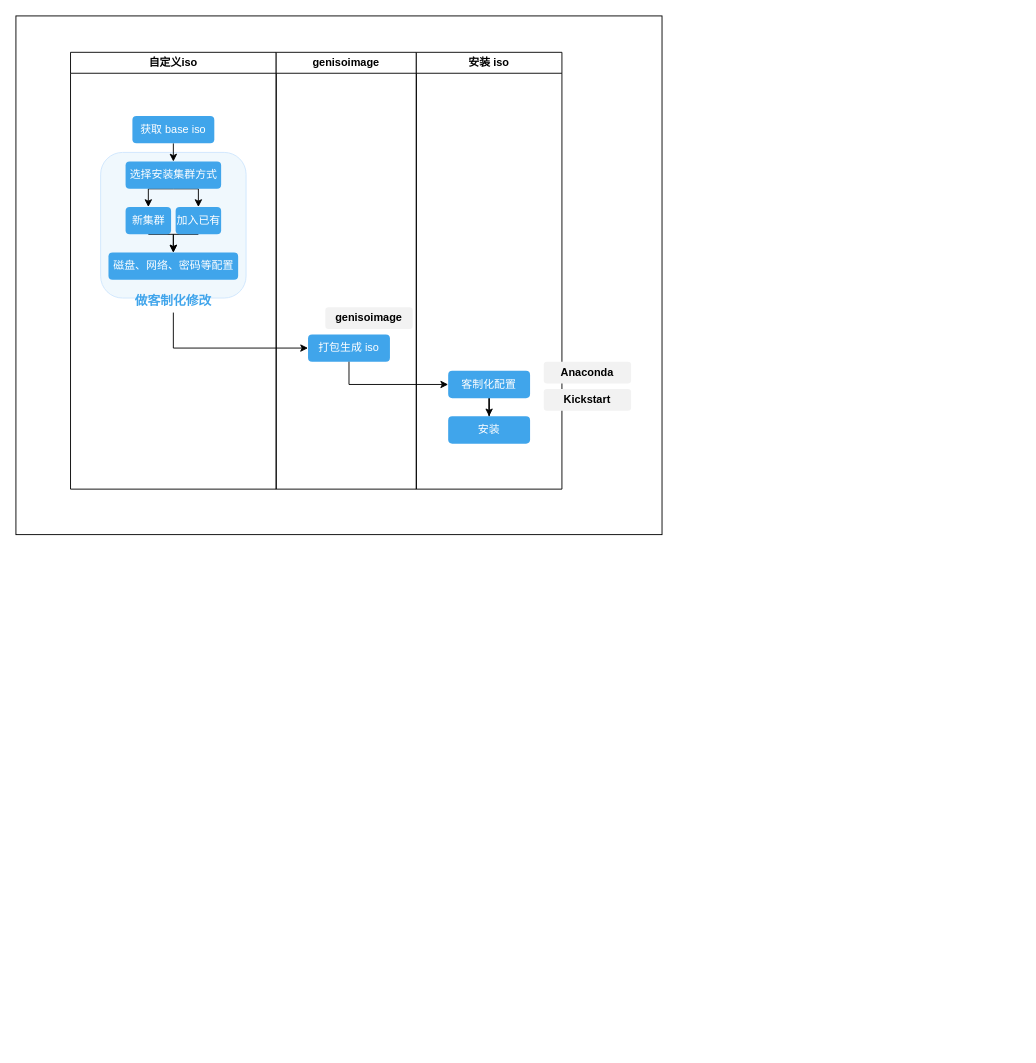
This is gen-bhci-iso.drawio from 904566722/904566722.github.io, a draw.io file, before an edit. Source tidied: cells renumbered, new cells numbered last; positions are measured from the earlier drawing's top-left corner, leaving out a move shared by most shapes. Both pictures are drawn from the tidied source at 91%, with x=0, y=0 at pixel (15, 15).
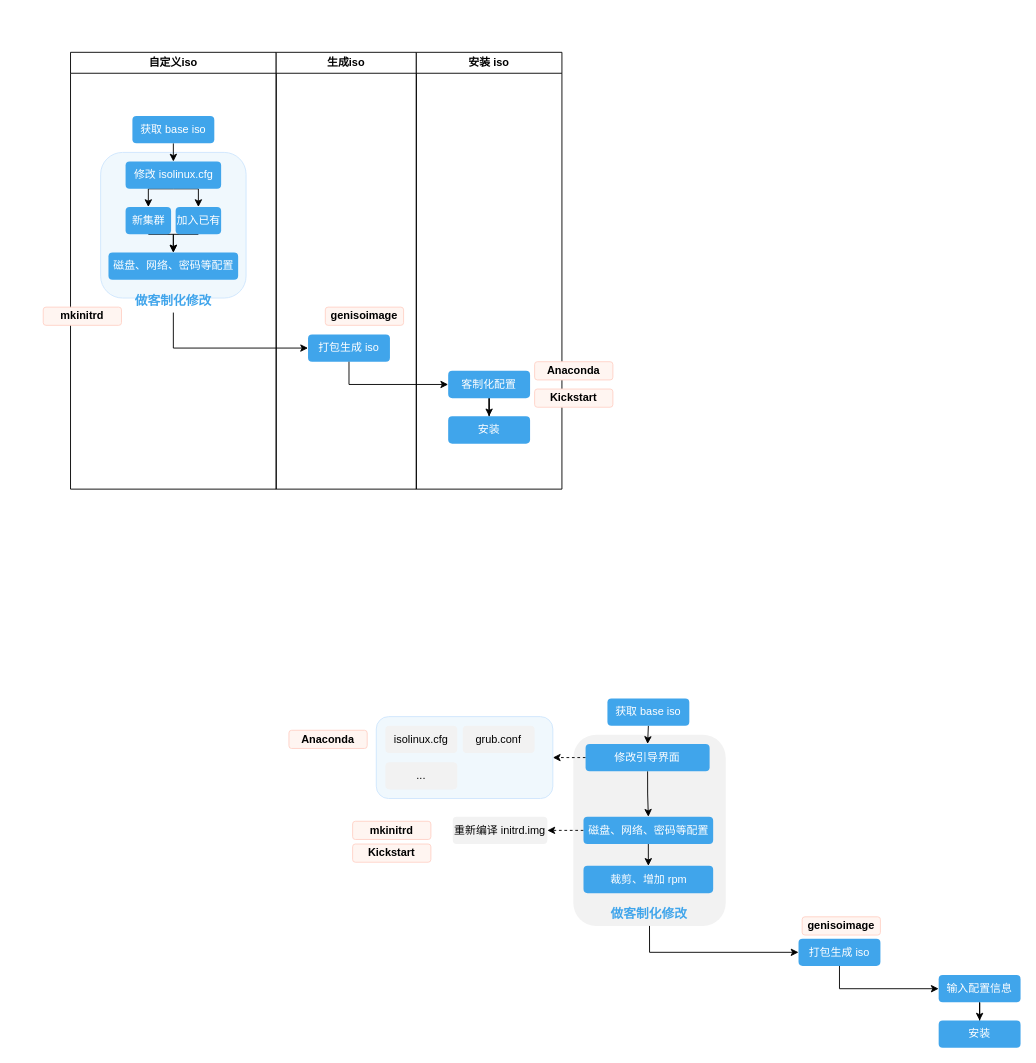
After the change.

The change refers to these unchanged cells:
```xml
<mxCell id="3" value="自定义iso" style="swimlane;whiteSpace=wrap;html=1;" parent="1" vertex="1">
  <mxGeometry x="60" y="40" width="226" height="480" as="geometry" />
</mxCell>
```

What changed in the source:
```diff
@@
+    <mxCell id="27" style="rounded=1;whiteSpace=wrap;html=1;fillColor=#F2F2F2;strokeColor=none;" parent="1" vertex="1">
+      <mxGeometry x="612.5" y="790" width="167.5" height="210" as="geometry" />
+    </mxCell>
-    <mxCell id="2" style="rounded=0;whiteSpace=wrap;html=1;" parent="1" vertex="1">
+    <mxCell id="2" style="rounded=0;whiteSpace=wrap;html=1;strokeColor=none;" parent="1" vertex="1">
       <mxGeometry width="710" height="570" as="geometry" />
     </mxCell>
@@
-    <mxCell id="9" value="选择安装集群方式" style="rounded=1;whiteSpace=wrap;html=1;gradientColor=none;fillColor=#40A5EB;strokeColor=none;fontColor=#FFFFFF;" parent="3" vertex="1">
+    <mxCell id="9" value="修改 isolinux.cfg" style="rounded=1;whiteSpace=wrap;html=1;gradientColor=none;fillColor=#40A5EB;strokeColor=none;fontColor=#FFFFFF;" parent="3" vertex="1">
       <mxGeometry x="60.5" y="120" width="105" height="30" as="geometry" />
     </mxCell>
@@
-    <mxCell id="16" value="genisoimage" style="swimlane;whiteSpace=wrap;html=1;" parent="1" vertex="1">
+    <mxCell id="16" value="生成iso" style="swimlane;whiteSpace=wrap;html=1;startSize=23;" parent="1" vertex="1">
       <mxGeometry x="286" y="40" width="154" height="480" as="geometry" />
     </mxCell>
@@
-    <mxCell id="18" value="genisoimage" style="rounded=1;whiteSpace=wrap;html=1;fillColor=#F2F2F2;strokeColor=none;fontStyle=1;" parent="16" vertex="1">
-      <mxGeometry x="54" y="280" width="96" height="24" as="geometry" />
-    </mxCell>
+    <mxCell id="28" value="&lt;b&gt;genisoimage&lt;/b&gt;" style="rounded=1;whiteSpace=wrap;html=1;fillColor=#FFF5F1;strokeColor=#FFD2C7;" parent="16" vertex="1">
+      <mxGeometry x="54" y="280" width="86" height="20" as="geometry" />
+    </mxCell>
@@
-    <mxCell id="25" value="Anaconda" style="rounded=1;whiteSpace=wrap;html=1;fillColor=#F2F2F2;strokeColor=none;fontStyle=1;" parent="1" vertex="1">
-      <mxGeometry x="580" y="380" width="96" height="24" as="geometry" />
-    </mxCell>
-    <mxCell id="26" value="Kickstart" style="rounded=1;whiteSpace=wrap;html=1;fillColor=#F2F2F2;strokeColor=none;fontStyle=1;" parent="1" vertex="1">
-      <mxGeometry x="580" y="410" width="96" height="24" as="geometry" />
-    </mxCell>
+    <mxCell id="29" value="&lt;b&gt;Anaconda&lt;/b&gt;" style="rounded=1;whiteSpace=wrap;html=1;fillColor=#FFF5F1;strokeColor=#FFD2C7;" parent="1" vertex="1">
+      <mxGeometry x="570" y="380" width="86" height="20" as="geometry" />
+    </mxCell>
+    <mxCell id="30" value="&lt;b&gt;Kickstart&lt;/b&gt;" style="rounded=1;whiteSpace=wrap;html=1;fillColor=#FFF5F1;strokeColor=#FFD2C7;" parent="1" vertex="1">
+      <mxGeometry x="570" y="410" width="86" height="20" as="geometry" />
+    </mxCell>
+    <mxCell id="31" value="&lt;b&gt;mkinitrd&lt;/b&gt;" style="rounded=1;whiteSpace=wrap;html=1;fillColor=#FFF5F1;strokeColor=#FFD2C7;" parent="1" vertex="1">
+      <mxGeometry x="30" y="320" width="86" height="20" as="geometry" />
+    </mxCell>
+    <mxCell id="32" style="edgeStyle=orthogonalEdgeStyle;rounded=0;jettySize=auto;html=1;exitX=0.5;exitY=1;exitDx=0;exitDy=0;entryX=0.5;entryY=0;entryDx=0;entryDy=0;" parent="1" edge="1" source="33" target="36">
+      <mxGeometry relative="1" as="geometry" />
+    </mxCell>
+    <mxCell id="33" value="获取 base iso" style="rounded=1;whiteSpace=wrap;html=1;gradientColor=none;fillColor=#40A5EB;strokeColor=none;fontColor=#FFFFFF;" parent="1" vertex="1">
+      <mxGeometry x="650" y="750" width="90" height="30" as="geometry" />
+    </mxCell>
+    <mxCell id="34" style="edgeStyle=orthogonalEdgeStyle;rounded=0;jettySize=auto;html=1;exitX=0;exitY=0.5;exitDx=0;exitDy=0;entryX=1;entryY=0.5;entryDx=0;entryDy=0;dashed=1;" parent="1" edge="1" source="36" target="51">
+      <mxGeometry relative="1" as="geometry" />
+    </mxCell>
+    <mxCell id="35" style="edgeStyle=orthogonalEdgeStyle;rounded=0;jettySize=auto;html=1;exitX=0.5;exitY=1;exitDx=0;exitDy=0;entryX=0.5;entryY=0;entryDx=0;entryDy=0;" parent="1" edge="1" source="36" target="39">
+      <mxGeometry relative="1" as="geometry" />
+    </mxCell>
+    <mxCell id="36" value="修改引导界面" style="rounded=1;whiteSpace=wrap;html=1;gradientColor=none;fillColor=#40A5EB;strokeColor=none;fontColor=#FFFFFF;" parent="1" vertex="1">
+      <mxGeometry x="626" y="800" width="136.3" height="30" as="geometry" />
+    </mxCell>
+    <mxCell id="37" style="edgeStyle=orthogonalEdgeStyle;rounded=0;jettySize=auto;html=1;exitX=0;exitY=0.5;exitDx=0;exitDy=0;entryX=1;entryY=0.5;entryDx=0;entryDy=0;dashed=1;" parent="1" edge="1" source="39" target="55">
+      <mxGeometry relative="1" as="geometry" />
+    </mxCell>
+    <mxCell id="38" style="edgeStyle=orthogonalEdgeStyle;rounded=0;jettySize=auto;html=1;exitX=0.5;exitY=1;exitDx=0;exitDy=0;entryX=0.5;entryY=0;entryDx=0;entryDy=0;" parent="1" edge="1" source="39" target="56">
+      <mxGeometry relative="1" as="geometry" />
+    </mxCell>
+    <mxCell id="39" value="磁盘、网络、密码等配置" style="rounded=1;whiteSpace=wrap;html=1;gradientColor=none;fillColor=#40A5EB;strokeColor=none;fontColor=#FFFFFF;" parent="1" vertex="1">
+      <mxGeometry x="623.7" y="880" width="142.5" height="30" as="geometry" />
+    </mxCell>
+    <mxCell id="40" value="&lt;span style=&quot;font-size: 14px;&quot;&gt;&lt;b&gt;&lt;font color=&quot;#40a5eb&quot;&gt;做客制化修改&lt;/font&gt;&lt;/b&gt;&lt;/span&gt;" style="text;html=1;strokeColor=none;fillColor=none;align=center;verticalAlign=middle;whiteSpace=wrap;rounded=0;" parent="1" vertex="1">
+      <mxGeometry x="646.2" y="974" width="100" height="26" as="geometry" />
+    </mxCell>
+    <mxCell id="41" value="打包生成 iso" style="rounded=1;whiteSpace=wrap;html=1;gradientColor=none;fillColor=#40A5EB;strokeColor=none;fontColor=#FFFFFF;" parent="1" vertex="1">
+      <mxGeometry x="860" y="1014" width="90" height="30" as="geometry" />
+    </mxCell>
+    <mxCell id="42" value="&lt;b&gt;genisoimage&lt;/b&gt;" style="rounded=1;whiteSpace=wrap;html=1;fillColor=#FFF5F1;strokeColor=#FFD2C7;" parent="1" vertex="1">
+      <mxGeometry x="864" y="990" width="86" height="20" as="geometry" />
+    </mxCell>
+    <mxCell id="43" style="edgeStyle=orthogonalEdgeStyle;rounded=0;jettySize=auto;html=1;entryX=0;entryY=0.5;entryDx=0;entryDy=0;exitX=0.5;exitY=1;exitDx=0;exitDy=0;" parent="1" edge="1" source="27" target="41">
+      <mxGeometry relative="1" as="geometry" />
+    </mxCell>
+    <mxCell id="44" style="edgeStyle=orthogonalEdgeStyle;rounded=0;jettySize=auto;html=1;exitX=0.5;exitY=1;exitDx=0;exitDy=0;" parent="1" edge="1" source="45" target="46">
+      <mxGeometry relative="1" as="geometry" />
+    </mxCell>
+    <mxCell id="45" value="输入配置信息" style="rounded=1;whiteSpace=wrap;html=1;gradientColor=none;fillColor=#40A5EB;strokeColor=none;fontColor=#FFFFFF;" parent="1" vertex="1">
+      <mxGeometry x="1014" y="1054" width="90" height="30" as="geometry" />
+    </mxCell>
+    <mxCell id="46" value="安装" style="rounded=1;whiteSpace=wrap;html=1;gradientColor=none;fillColor=#40A5EB;strokeColor=none;fontColor=#FFFFFF;" parent="1" vertex="1">
+      <mxGeometry x="1014" y="1104" width="90" height="30" as="geometry" />
+    </mxCell>
+    <mxCell id="47" style="edgeStyle=orthogonalEdgeStyle;rounded=0;jettySize=auto;html=1;exitX=0.5;exitY=1;exitDx=0;exitDy=0;entryX=0;entryY=0.5;entryDx=0;entryDy=0;" parent="1" edge="1" source="41" target="45">
+      <mxGeometry relative="1" as="geometry" />
+    </mxCell>
+    <mxCell id="48" value="&lt;b&gt;Anaconda&lt;/b&gt;" style="rounded=1;whiteSpace=wrap;html=1;fillColor=#FFF5F1;strokeColor=#FFD2C7;" parent="1" vertex="1">
+      <mxGeometry x="300" y="785" width="86" height="20" as="geometry" />
+    </mxCell>
+    <mxCell id="49" value="&lt;b&gt;Kickstart&lt;/b&gt;" style="rounded=1;whiteSpace=wrap;html=1;fillColor=#FFF5F1;strokeColor=#FFD2C7;" parent="1" vertex="1">
+      <mxGeometry x="370" y="910" width="86" height="20" as="geometry" />
+    </mxCell>
+    <mxCell id="50" value="&lt;b&gt;mkinitrd&lt;/b&gt;" style="rounded=1;whiteSpace=wrap;html=1;fillColor=#FFF5F1;strokeColor=#FFD2C7;" parent="1" vertex="1">
+      <mxGeometry x="370" y="885" width="86" height="20" as="geometry" />
+    </mxCell>
+    <mxCell id="51" style="rounded=1;whiteSpace=wrap;html=1;fillColor=#F0F8FD;strokeColor=#CFE6FD;" parent="1" vertex="1">
+      <mxGeometry x="396" y="770" width="194" height="90" as="geometry" />
+    </mxCell>
+    <mxCell id="52" value="isolinux.cfg" style="rounded=1;whiteSpace=wrap;html=1;fillColor=#F2F2F2;strokeColor=none;" parent="1" vertex="1">
+      <mxGeometry x="406" y="780" width="79" height="30" as="geometry" />
+    </mxCell>
+    <mxCell id="53" value="grub.conf" style="rounded=1;whiteSpace=wrap;html=1;fillColor=#F2F2F2;strokeColor=none;" parent="1" vertex="1">
+      <mxGeometry x="491" y="780" width="79" height="30" as="geometry" />
+    </mxCell>
+    <mxCell id="54" value="..." style="rounded=1;whiteSpace=wrap;html=1;fillColor=#F2F2F2;strokeColor=none;" parent="1" vertex="1">
+      <mxGeometry x="406" y="820" width="79" height="30" as="geometry" />
+    </mxCell>
+    <mxCell id="55" value="重新编译 initrd.img" style="rounded=1;whiteSpace=wrap;html=1;fillColor=#F2F2F2;strokeColor=none;" parent="1" vertex="1">
+      <mxGeometry x="480" y="880" width="104" height="30" as="geometry" />
+    </mxCell>
+    <mxCell id="56" value="裁剪、增加 rpm" style="rounded=1;whiteSpace=wrap;html=1;gradientColor=none;fillColor=#40A5EB;strokeColor=none;fontColor=#FFFFFF;" parent="1" vertex="1">
+      <mxGeometry x="623.7" y="934" width="142.5" height="30" as="geometry" />
+    </mxCell>
```
